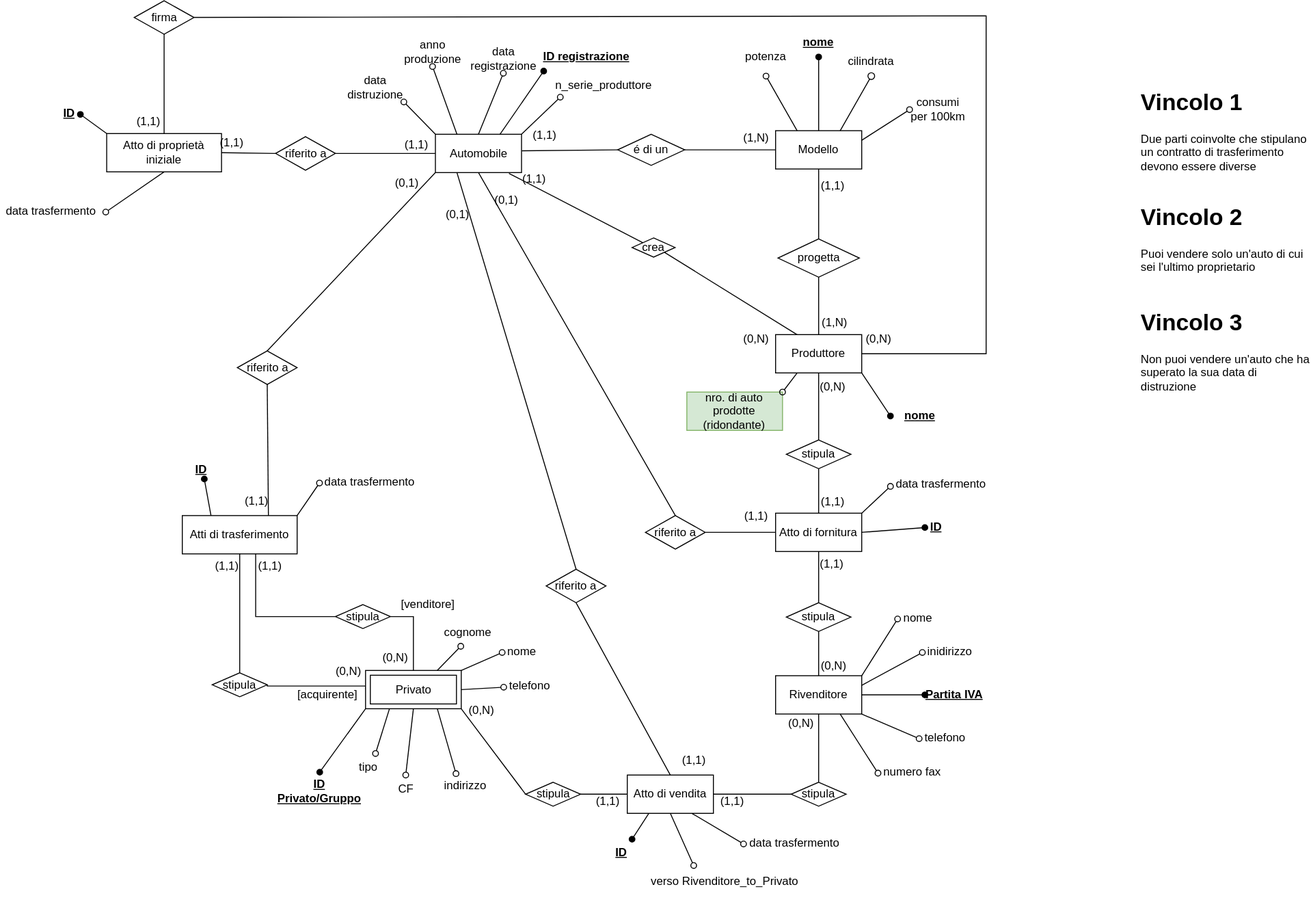
CancianMatteo/UNIUD_ProgettoDatabase keeps this draw.io diagram as Progetto DATABASE - ER Ristrutturato.drawio.svg. Above is the earlier version. Source tidied: cells renumbered, new cells last; positions are measured from the earlier drawing's top-left corner, leaving out a move shared by most shapes.
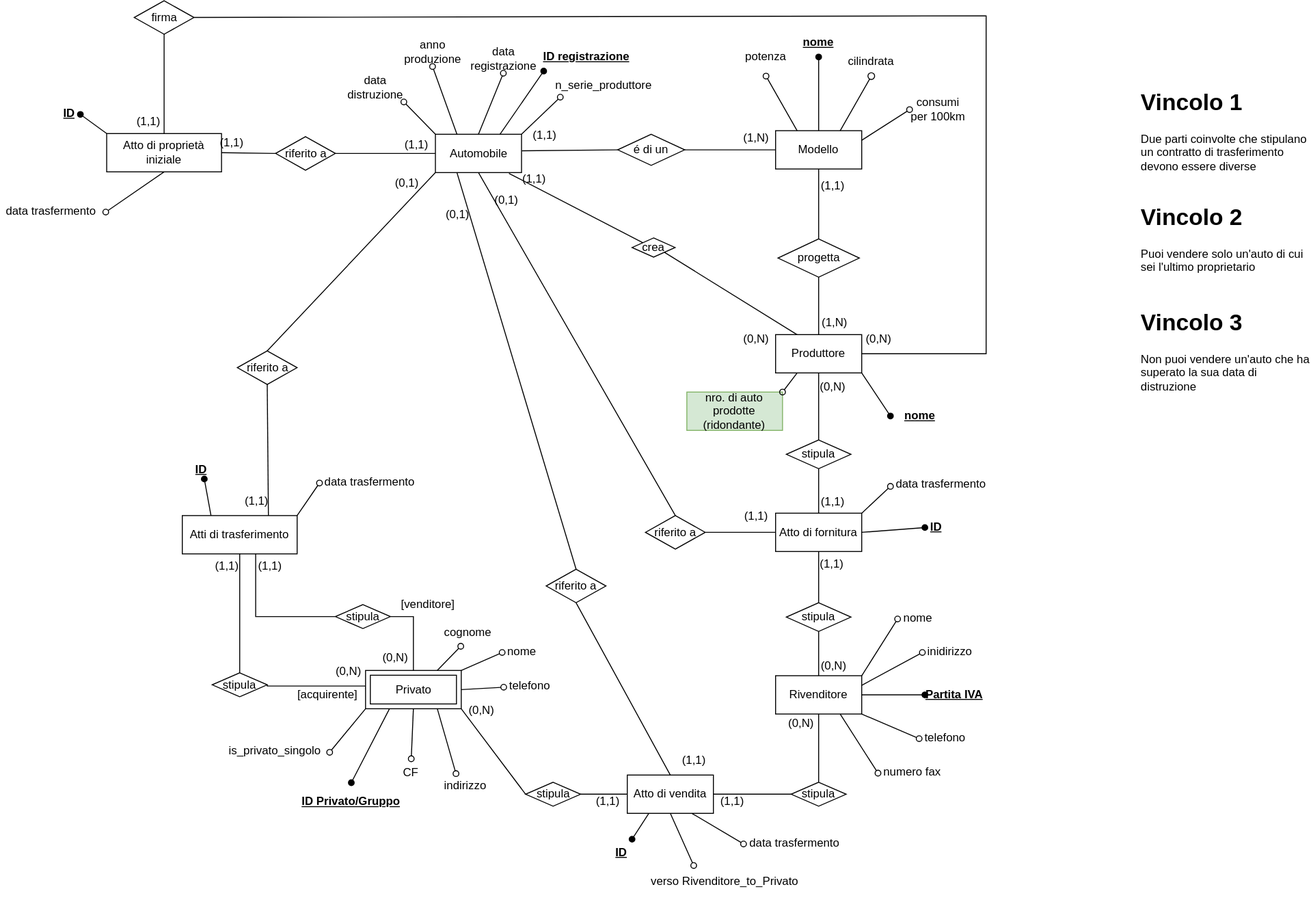
Later version of the same file.

Change to the diagram source:
```diff
@@ -157,7 +157,7 @@
       <mxGeometry relative="1" as="geometry" />
     </mxCell>
     <mxCell id="51" value="CF" style="text;html=1;align=center;verticalAlign=middle;whiteSpace=wrap;rounded=0;fontStyle=0;" parent="1" vertex="1">
-      <mxGeometry x="407.5" y="809" width="32" height="30" as="geometry" />
+      <mxGeometry x="413.2" y="792" width="32" height="30" as="geometry" />
     </mxCell>
     <mxCell id="52" value="nome" style="text;strokeColor=none;fillColor=none;spacingLeft=4;spacingRight=4;overflow=hidden;points=[[0,0.5],[1,0.5]];portConstraint=eastwest;fontSize=12;whiteSpace=wrap;html=1;" parent="1" vertex="1">
       <mxGeometry x="524.2" y="666" width="40" height="30" as="geometry" />
@@ -299,11 +299,11 @@
     <mxCell id="96" value="[acquirente]" style="text;html=1;align=center;verticalAlign=middle;whiteSpace=wrap;rounded=0;" parent="1" vertex="1">
       <mxGeometry x="312" y="709.8" width="60" height="30" as="geometry" />
     </mxCell>
-    <mxCell id="97" style="endArrow=oval;html=1;rounded=0;exitX=0.25;exitY=1;exitDx=0;exitDy=0;endFill=0;" parent="1" edge="1" source="38" target="98">
+    <mxCell id="97" style="endArrow=oval;html=1;rounded=0;exitX=0;exitY=1;exitDx=0;exitDy=0;endFill=0;entryX=1;entryY=0.5;entryDx=0;entryDy=0;" parent="1" edge="1" source="38" target="98">
       <mxGeometry relative="1" as="geometry" />
     </mxCell>
-    <mxCell id="98" value="tipo&lt;div&gt;&lt;br&gt;&lt;/div&gt;" style="text;strokeColor=none;fillColor=none;spacingLeft=4;spacingRight=4;overflow=hidden;points=[[0,0.5],[1,0.5]];portConstraint=eastwest;fontSize=12;whiteSpace=wrap;html=1;" parent="1" vertex="1">
-      <mxGeometry x="369.2" y="786.5" width="36" height="30" as="geometry" />
+    <mxCell id="98" value="&lt;div&gt;is_privato_singolo&lt;/div&gt;" style="text;strokeColor=none;fillColor=none;spacingLeft=4;spacingRight=4;overflow=hidden;points=[[0,0.5],[1,0.5]];portConstraint=eastwest;fontSize=12;whiteSpace=wrap;html=1;" parent="1" vertex="1">
+      <mxGeometry x="233.2" y="770.2" width="110.8" height="30" as="geometry" />
     </mxCell>
     <mxCell id="99" value="(0&lt;span style=&quot;background-color: initial;&quot;&gt;,1)&lt;/span&gt;" style="text;html=1;align=center;verticalAlign=middle;whiteSpace=wrap;rounded=0;" parent="1" vertex="1">
       <mxGeometry x="457.9" y="209" width="40" height="30" as="geometry" />
@@ -464,9 +464,9 @@
       <mxGeometry relative="1" as="geometry" />
     </mxCell>
     <mxCell id="148" value="ID Privato/Gruppo" style="text;html=1;align=center;verticalAlign=middle;whiteSpace=wrap;rounded=0;fontStyle=5;" parent="1" vertex="1">
-      <mxGeometry x="297.2" y="806" width="72.8" height="40" as="geometry" />
+      <mxGeometry x="310" y="817" width="113.2" height="40" as="geometry" />
     </mxCell>
-    <mxCell id="149" style="endArrow=oval;html=1;rounded=0;exitX=0;exitY=1;exitDx=0;exitDy=0;endFill=1;entryX=0.5;entryY=0;entryDx=0;entryDy=0;" parent="1" edge="1" source="38" target="148">
+    <mxCell id="149" style="endArrow=oval;html=1;rounded=0;endFill=1;entryX=0.5;entryY=0;entryDx=0;entryDy=0;exitX=0.25;exitY=1;exitDx=0;exitDy=0;" parent="1" edge="1" source="38" target="148">
       <mxGeometry relative="1" as="geometry" />
     </mxCell>
   </root>
```
